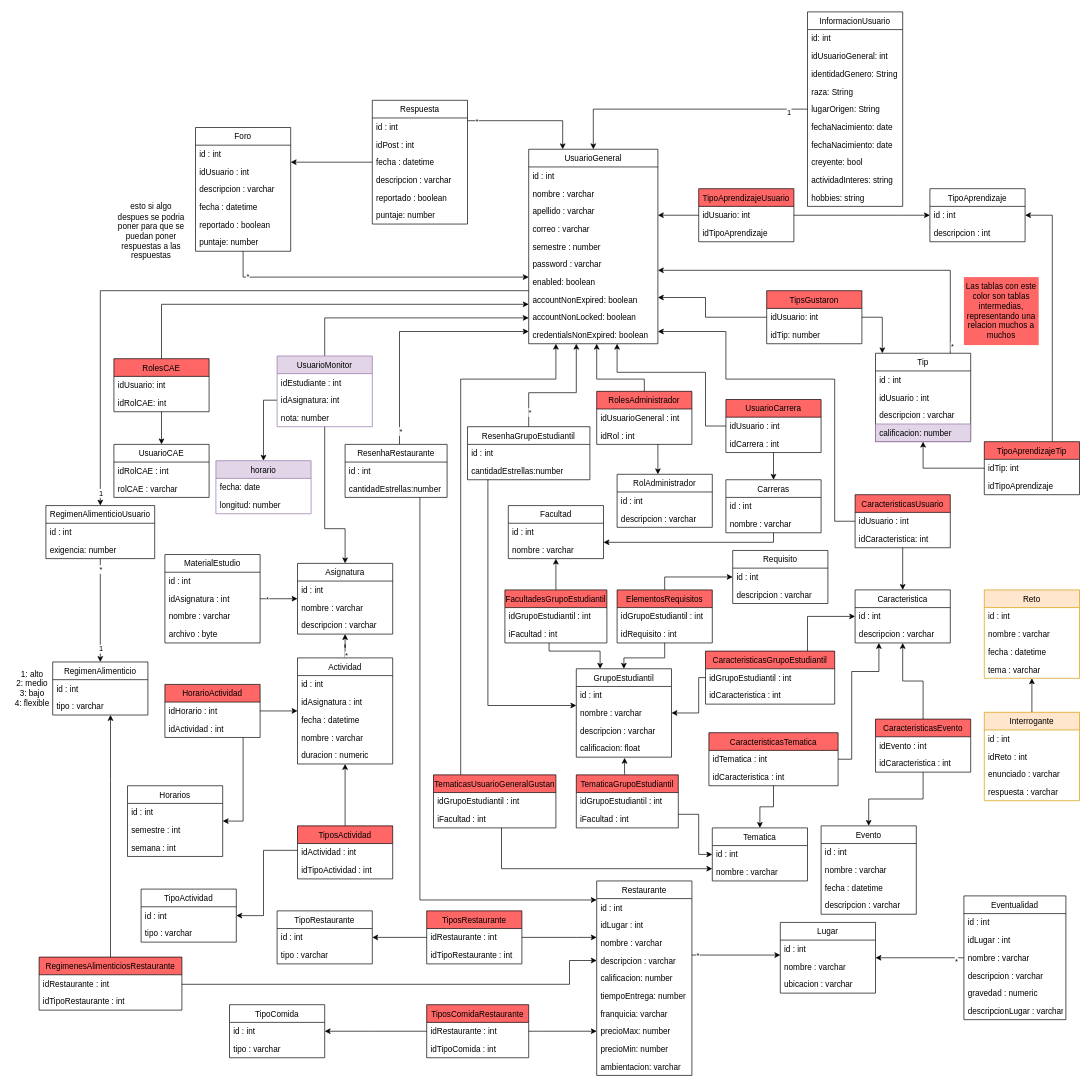
The draw.io diagram diagramas/persistencia.drawio in Campus-Connect-PUJ/Campus-Connect-Back, before the edit. Source tidied: cells renumbered, new cells numbered last; positions are measured from the earlier drawing's top-left corner, leaving out a move shared by most shapes. Both pictures are drawn from the tidied source at 68%, with x=0, y=0 at pixel (12, 12).
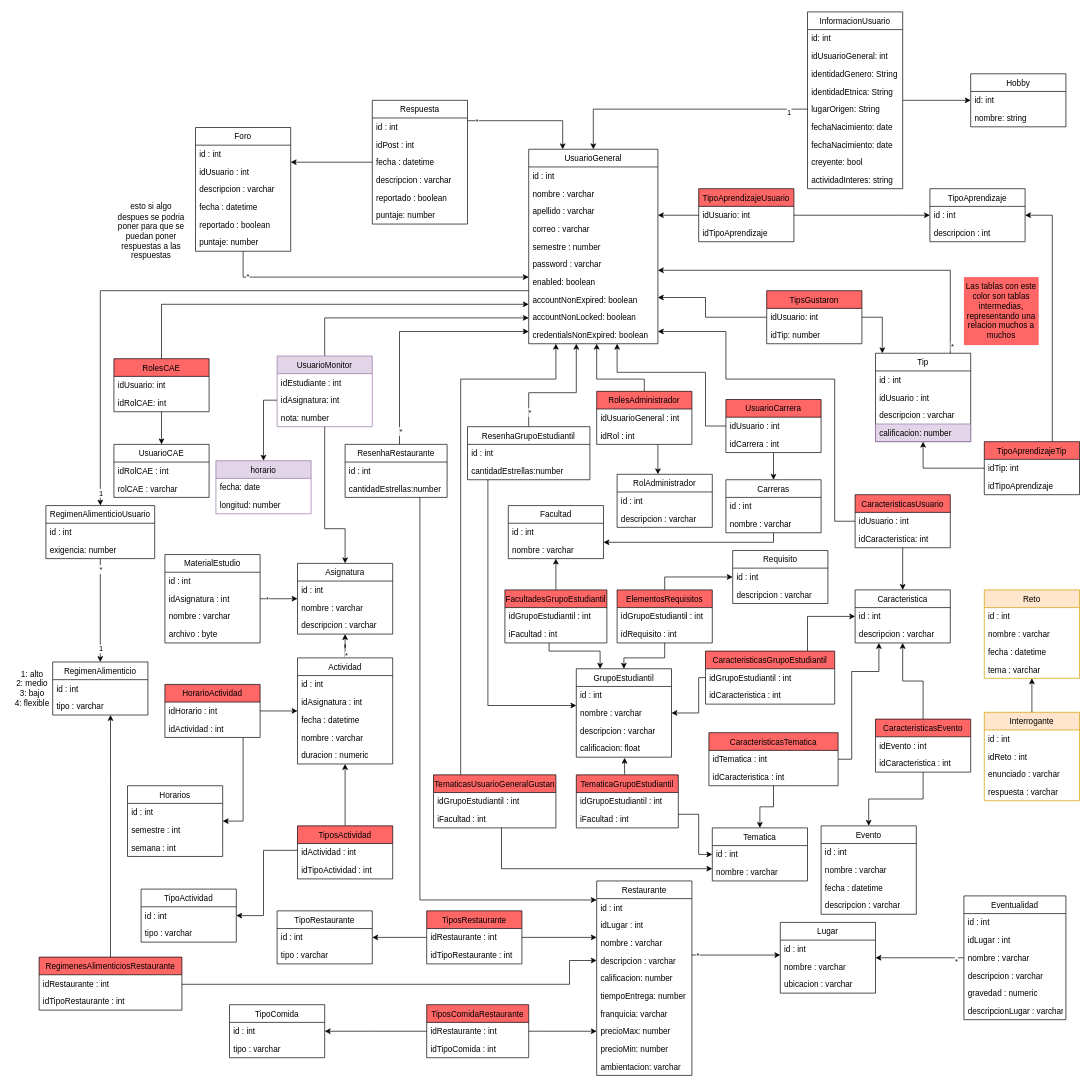
Above is the later version.

Commit message (it also covers changes not shown here):
Inicio put y separar hobbies

Change to the diagram source:
```diff
@@
+    <mxCell id="287" style="edgeStyle=orthogonalEdgeStyle;rounded=0;jettySize=auto;html=1;" parent="1" edge="1" source="174" target="288">
+      <mxGeometry relative="1" as="geometry" />
+    </mxCell>
     <mxCell id="174" value="InformacionUsuario" style="swimlane;fontStyle=0;horizontal=1;startSize=26;fillColor=none;" parent="1" vertex="1">
-      <mxGeometry x="1170" width="140" height="286" as="geometry" />
+      <mxGeometry x="1170" width="140" height="260" as="geometry" />
     </mxCell>
@@
-    <mxCell id="178" value="raza: String" style="text;strokeColor=none;fillColor=none;align=left;verticalAlign=top;spacingLeft=4;spacingRight=4;overflow=hidden;" parent="174" vertex="1">
+    <mxCell id="178" value="identidadEtnica: String" style="text;strokeColor=none;fillColor=none;align=left;verticalAlign=top;spacingLeft=4;spacingRight=4;overflow=hidden;" parent="174" vertex="1">
       <mxGeometry y="104" width="140" height="26" as="geometry" />
     </mxCell>
@@
-    <mxCell id="184" value="hobbies: string" style="text;align=left;verticalAlign=top;spacingLeft=4;spacingRight=4;overflow=hidden;" parent="174" vertex="1">
-      <mxGeometry y="260" width="140" height="26" as="geometry" />
-    </mxCell>
@@
+    <mxCell id="288" value="Hobby" style="swimlane;fontStyle=0;horizontal=1;startSize=26;fillColor=none;" parent="1" vertex="1">
+      <mxGeometry x="1410" y="91" width="140" height="78" as="geometry" />
+    </mxCell>
+    <mxCell id="289" value="id: int" style="text;strokeColor=none;fillColor=none;align=left;verticalAlign=top;spacingLeft=4;spacingRight=4;overflow=hidden;" parent="288" vertex="1">
+      <mxGeometry y="26" width="140" height="26" as="geometry" />
+    </mxCell>
+    <mxCell id="290" value="nombre: string" style="text;align=left;verticalAlign=top;spacingLeft=4;spacingRight=4;overflow=hidden;" parent="288" vertex="1">
+      <mxGeometry y="52" width="140" height="26" as="geometry" />
+    </mxCell>
```
